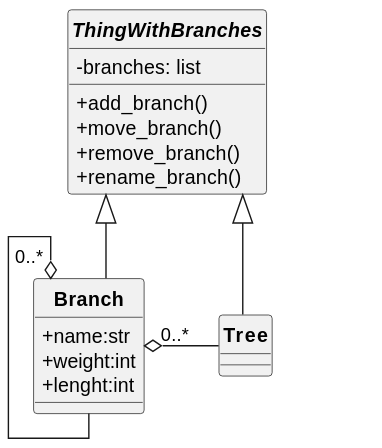
Above: out/uml/uml/class_diagram.svg in jiristrouhal/HoFi (PlantUML), before the change.
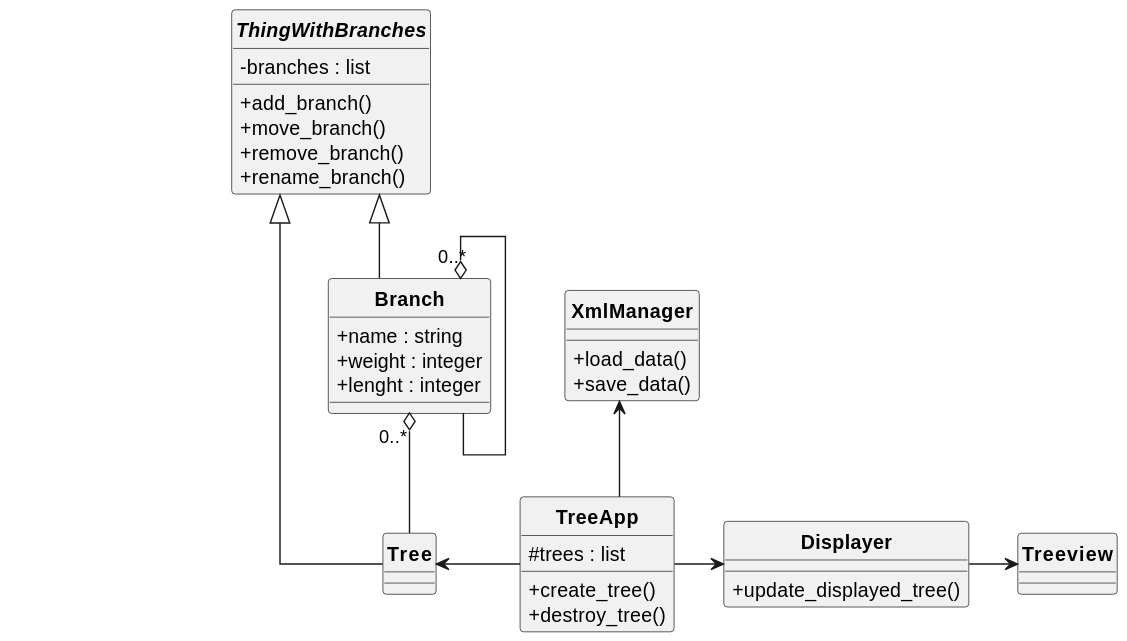
Later version of the same file.

Commit message:
Complete the class diagram

Diff of the diagram source:
```diff
@@ -4,20 +4,43 @@
     skinparam linetype ortho
 
     abstract "**ThingWithBranches**" as TWB {
-        - branches: list
+        - branches : list
         + add_branch()
         + move_branch()
         + remove_branch()
         + rename_branch()
     }
     class "**Branch**" as B {
-        +name:str
-        +weight:int
-        +lenght:int
+        +name : string
+        +weight : integer
+        +lenght : integer
     }
     class "**Tree**" as T {}
+
     TWB <|-- B
-    TWB <|-- T
+    TWB <|--- T : \t\t\t\t\t\t
     T -left-o " 0..*" B : \t\t\t\t
     B -up-o "0..*" B
+
+    class "**TreeApp**" as TAPP {
+        # trees : list
+        + create_tree()
+        + destroy_tree()
+    }
+    class "**Displayer**" as Disp {
+        + update_displayed_tree()
+    }
+
+    TAPP -left-> T
+    TAPP -right-> Disp
+    Disp -right-> "**Treeview**"
+
+    class "**XmlManager**" as R {
+        + load_data()
+        + save_data()
+    }
+
+    R <-- TAPP
+
+
 @enduml
```
